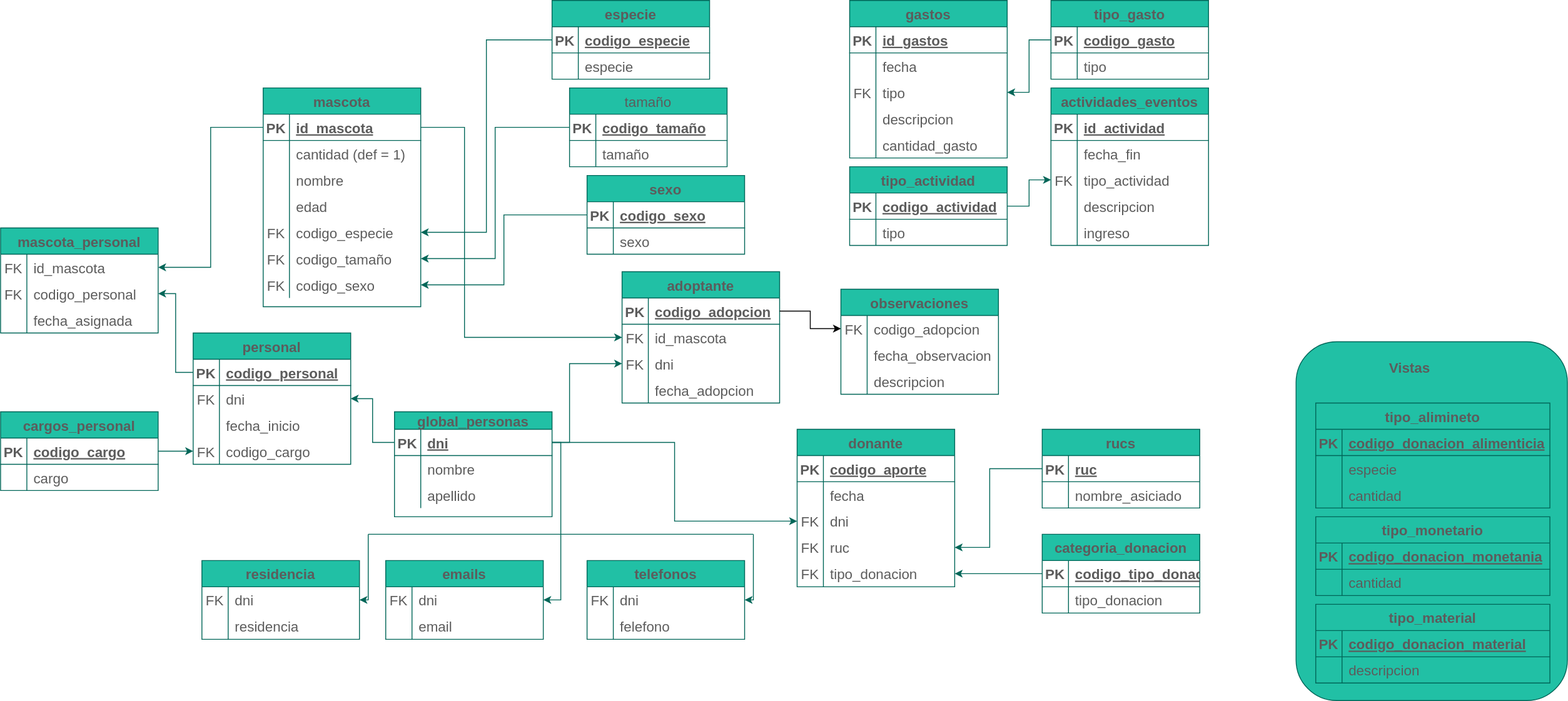
Before: diagramas/tablas/Untitled Diagram.drawio.svg, a diagram exported from draw.io (Leo-Spj/SQL-CoderHouse). Source tidied: cells renumbered, new cells last; positions are measured from the earlier drawing's top-left corner, leaving out a move shared by most shapes.
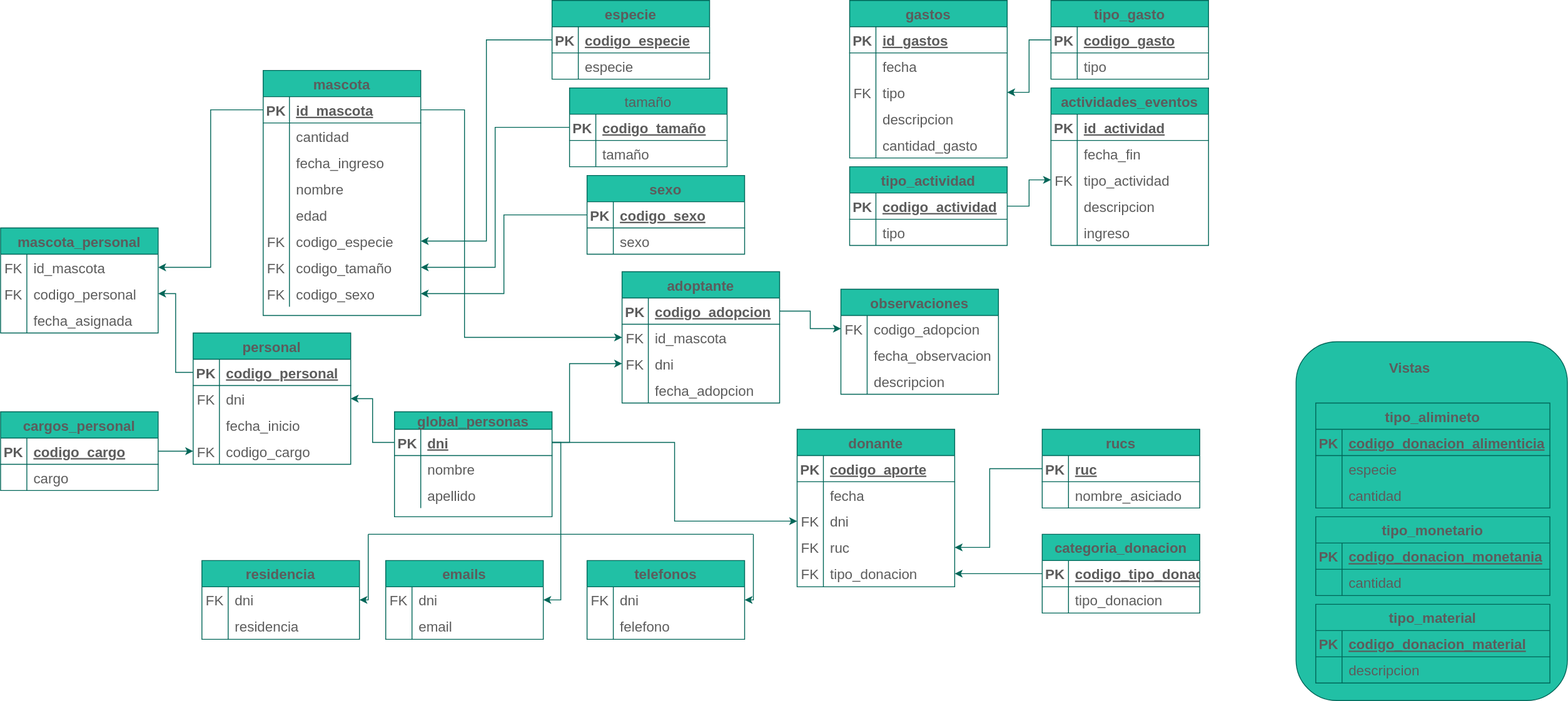
After the change.

What changed in the source:
```diff
@@ -3,7 +3,7 @@
     <mxCell id="0" />
     <mxCell id="1" parent="0" />
     <mxCell id="2" value="mascota" style="shape=table;startSize=30;rowLines=0;fontStyle=1;align=center;fontSize=16;fillColor=#21C0A5;strokeColor=#006658;fontColor=#5C5C5C;" parent="1" vertex="1">
-      <mxGeometry x="300" y="100" width="180" height="250" as="geometry" />
+      <mxGeometry x="300" y="80" width="180" height="280" as="geometry" />
     </mxCell>
     <mxCell id="3" style="shape=partialRectangle;fillColor=none;points=[[0,0.5],[1,0.5]];portConstraint=eastwest;top=0;left=0;right=0;bottom=1;fontSize=16;strokeColor=#006658;fontColor=#5C5C5C;" parent="2" vertex="1">
       <mxGeometry y="30" width="180" height="30" as="geometry" />
@@ -20,11 +20,20 @@
     <mxCell id="7" style="shape=partialRectangle;overflow=hidden;fillColor=none;top=0;left=0;bottom=0;right=0;fontSize=16;strokeColor=#006658;fontColor=#5C5C5C;" parent="6" vertex="1">
       <mxGeometry width="30" height="30" as="geometry" />
     </mxCell>
-    <mxCell id="8" value="cantidad (def = 1)" style="shape=partialRectangle;overflow=hidden;fillColor=none;top=0;left=0;bottom=0;right=0;align=left;spacingLeft=6;fontSize=16;strokeColor=#006658;fontColor=#5C5C5C;" parent="6" vertex="1">
+    <mxCell id="8" value="cantidad" style="shape=partialRectangle;overflow=hidden;fillColor=none;top=0;left=0;bottom=0;right=0;align=left;spacingLeft=6;fontSize=16;strokeColor=#006658;fontColor=#5C5C5C;" parent="6" vertex="1">
       <mxGeometry x="30" width="150" height="30" as="geometry" />
     </mxCell>
+    <mxCell id="251" style="shape=partialRectangle;fillColor=none;top=0;left=0;right=0;bottom=0;fontSize=16;strokeColor=#006658;fontColor=#5C5C5C;" parent="2" vertex="1">
+      <mxGeometry y="90" width="180" height="30" as="geometry" />
+    </mxCell>
+    <mxCell id="252" style="shape=partialRectangle;overflow=hidden;fillColor=none;top=0;left=0;bottom=0;right=0;fontSize=16;strokeColor=#006658;fontColor=#5C5C5C;" parent="251" vertex="1">
+      <mxGeometry width="30" height="30" as="geometry" />
+    </mxCell>
+    <mxCell id="253" value="fecha_ingreso" style="shape=partialRectangle;overflow=hidden;fillColor=none;top=0;left=0;bottom=0;right=0;align=left;spacingLeft=6;fontSize=16;strokeColor=#006658;fontColor=#5C5C5C;" parent="251" vertex="1">
+      <mxGeometry x="30" width="150" height="30" as="geometry" />
+    </mxCell>
     <mxCell id="9" style="shape=partialRectangle;fillColor=none;top=0;left=0;right=0;bottom=0;fontSize=16;strokeColor=#006658;fontColor=#5C5C5C;" parent="2" vertex="1">
-      <mxGeometry y="90" width="180" height="30" as="geometry" />
+      <mxGeometry y="120" width="180" height="30" as="geometry" />
     </mxCell>
     <mxCell id="10" style="shape=partialRectangle;overflow=hidden;fillColor=none;top=0;left=0;bottom=0;right=0;fontSize=16;strokeColor=#006658;fontColor=#5C5C5C;" parent="9" vertex="1">
       <mxGeometry width="30" height="30" as="geometry" />
@@ -33,7 +42,7 @@
       <mxGeometry x="30" width="150" height="30" as="geometry" />
     </mxCell>
     <mxCell id="12" style="shape=partialRectangle;fillColor=none;top=0;left=0;right=0;bottom=0;fontSize=16;strokeColor=#006658;fontColor=#5C5C5C;" parent="2" vertex="1">
-      <mxGeometry y="120" width="180" height="30" as="geometry" />
+      <mxGeometry y="150" width="180" height="30" as="geometry" />
     </mxCell>
     <mxCell id="13" style="shape=partialRectangle;overflow=hidden;fillColor=none;top=0;left=0;bottom=0;right=0;fontSize=16;strokeColor=#006658;fontColor=#5C5C5C;" parent="12" vertex="1">
       <mxGeometry width="30" height="30" as="geometry" />
@@ -42,7 +51,7 @@
       <mxGeometry x="30" width="150" height="30" as="geometry" />
     </mxCell>
     <mxCell id="15" style="shape=partialRectangle;fillColor=none;points=[[0,0.5],[1,0.5]];portConstraint=eastwest;top=0;left=0;right=0;bottom=0;fontSize=16;strokeColor=#006658;fontColor=#5C5C5C;" parent="2" vertex="1">
-      <mxGeometry y="150" width="180" height="30" as="geometry" />
+      <mxGeometry y="180" width="180" height="30" as="geometry" />
     </mxCell>
     <mxCell id="16" value="FK" style="shape=partialRectangle;overflow=hidden;fillColor=none;top=0;left=0;bottom=0;right=0;fontSize=16;strokeColor=#006658;fontColor=#5C5C5C;" parent="15" vertex="1">
       <mxGeometry width="30" height="30" as="geometry" />
@@ -51,7 +60,7 @@
       <mxGeometry x="30" width="150" height="30" as="geometry" />
     </mxCell>
     <mxCell id="18" style="shape=partialRectangle;fillColor=none;points=[[0,0.5],[1,0.5]];portConstraint=eastwest;top=0;left=0;right=0;bottom=0;fontSize=16;strokeColor=#006658;fontColor=#5C5C5C;" parent="2" vertex="1">
-      <mxGeometry y="180" width="180" height="30" as="geometry" />
+      <mxGeometry y="210" width="180" height="30" as="geometry" />
     </mxCell>
     <mxCell id="19" value="FK" style="shape=partialRectangle;overflow=hidden;fillColor=none;top=0;left=0;bottom=0;right=0;fontSize=16;strokeColor=#006658;fontColor=#5C5C5C;" parent="18" vertex="1">
       <mxGeometry width="30" height="30" as="geometry" />
@@ -60,7 +69,7 @@
       <mxGeometry x="30" width="150" height="30" as="geometry" />
     </mxCell>
     <mxCell id="21" style="shape=partialRectangle;fillColor=none;points=[[0,0.5],[1,0.5]];portConstraint=eastwest;top=0;left=0;right=0;bottom=0;fontSize=16;strokeColor=#006658;fontColor=#5C5C5C;" parent="2" vertex="1">
-      <mxGeometry y="210" width="180" height="30" as="geometry" />
+      <mxGeometry y="240" width="180" height="30" as="geometry" />
     </mxCell>
     <mxCell id="22" value="FK" style="shape=partialRectangle;overflow=hidden;fillColor=none;top=0;left=0;bottom=0;right=0;fontSize=16;strokeColor=#006658;fontColor=#5C5C5C;" parent="21" vertex="1">
       <mxGeometry width="30" height="30" as="geometry" />
@@ -705,14 +714,6 @@
     <mxCell id="232" value="&lt;b style=&quot;font-size: 16px;&quot;&gt;&lt;font style=&quot;font-size: 16px;&quot;&gt;Vistas&lt;/font&gt;&lt;/b&gt;" style="text;html=1;strokeColor=none;fillColor=none;align=center;verticalAlign=middle;whiteSpace=wrap;rounded=0;fontSize=16;fontColor=#5C5C5C;" parent="1" vertex="1">
       <mxGeometry x="1580" y="405" width="60" height="30" as="geometry" />
     </mxCell>
-    <mxCell id="233" style="edgeStyle=orthogonalEdgeStyle;rounded=0;jettySize=auto;html=1;fontSize=16;strokeColor=#006658;fontColor=#5C5C5C;" parent="1" edge="1" source="3" target="146">
-      <mxGeometry relative="1" as="geometry">
-        <Array as="points">
-          <mxPoint x="530" y="145" />
-          <mxPoint x="530" y="385" />
-        </Array>
-      </mxGeometry>
-    </mxCell>
     <mxCell id="234" style="edgeStyle=orthogonalEdgeStyle;rounded=0;jettySize=auto;html=1;strokeColor=#006658;fontColor=#5C5C5C;fillColor=#21C0A5;" parent="1" edge="1" source="46" target="117">
       <mxGeometry relative="1" as="geometry" />
     </mxCell>
@@ -772,8 +773,16 @@
     <mxCell id="249" value="descripcion" style="shape=partialRectangle;fillColor=none;top=0;left=0;bottom=0;right=0;align=left;spacingLeft=6;overflow=hidden;fontSize=16;strokeColor=#006658;fontColor=#5C5C5C;" parent="247" vertex="1">
       <mxGeometry x="30" width="150" height="30" as="geometry" />
     </mxCell>
-    <mxCell id="250" style="edgeStyle=orthogonalEdgeStyle;rounded=0;jettySize=auto;html=1;" parent="1" edge="1" source="143" target="241">
+    <mxCell id="250" style="edgeStyle=orthogonalEdgeStyle;rounded=0;jettySize=auto;html=1;strokeColor=#006658;fontColor=#5C5C5C;" parent="1" edge="1" source="143" target="241">
       <mxGeometry relative="1" as="geometry" />
     </mxCell>
+    <mxCell id="233" style="edgeStyle=orthogonalEdgeStyle;rounded=0;jettySize=auto;html=1;strokeColor=#006658;fontColor=#5C5C5C;" parent="1" edge="1" source="3" target="146">
+      <mxGeometry relative="1" as="geometry">
+        <Array as="points">
+          <mxPoint x="530" y="125" />
+          <mxPoint x="530" y="385" />
+        </Array>
+      </mxGeometry>
+    </mxCell>
   </root>
 </mxGraphModel>
```
